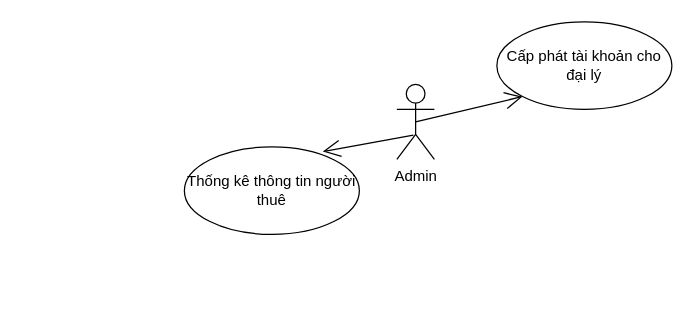
The draw.io diagram page "Page-4" (4 of 7) of use-case.drawio in xuanthangsn/bicycle-rental-service, before the edit. Source tidied: cells renumbered, new cells numbered last; positions are measured from the earlier drawing's top-left corner, leaving out a move shared by most shapes. Both pictures are drawn from the tidied source at 125%, with x=0, y=0 at pixel (184, 21).
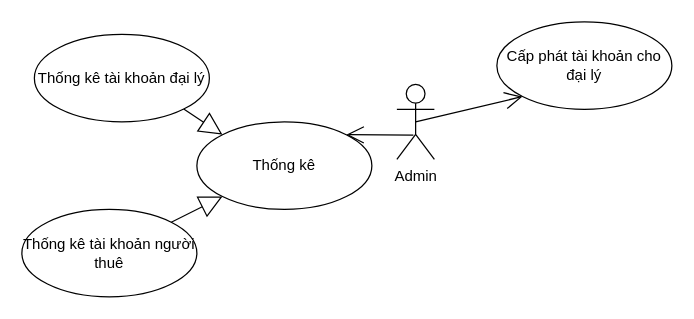
The same page after the edit.

What changed in the source:
```diff
@@
 <mxGraphModel>
   <root>
     <mxCell id="0" />
     <mxCell id="1" parent="0" />
     <mxCell id="2" value="Admin" style="shape=umlActor;verticalLabelPosition=bottom;verticalAlign=top;html=1;" parent="1" vertex="1">
       <mxGeometry x="170" y="50" width="30" height="60" as="geometry" />
     </mxCell>
     <mxCell id="3" style="endArrow=open;endFill=1;endSize=12;html=1;rounded=0;exitX=0.5;exitY=0.5;exitDx=0;exitDy=0;exitPerimeter=0;entryX=0;entryY=1;entryDx=0;entryDy=0;" parent="1" edge="1" source="2" target="4">
       <mxGeometry relative="1" as="geometry" />
     </mxCell>
     <mxCell id="4" value="Cấp phát tài khoản cho đại lý" style="ellipse;whiteSpace=wrap;html=1;" parent="1" vertex="1">
       <mxGeometry x="250" width="140" height="70" as="geometry" />
     </mxCell>
-    <mxCell id="5" style="endArrow=open;endFill=1;endSize=12;html=1;rounded=0;entryX=0.791;entryY=0.054;entryDx=0;entryDy=0;exitX=0.44;exitY=0.677;exitDx=0;exitDy=0;exitPerimeter=0;entryPerimeter=0;" parent="1" edge="1" source="2" target="6">
+    <mxCell id="5" style="endArrow=open;endFill=1;endSize=12;html=1;rounded=0;entryX=1;entryY=0;entryDx=0;entryDy=0;exitX=0.44;exitY=0.677;exitDx=0;exitDy=0;exitPerimeter=0;" parent="1" edge="1" source="2" target="6">
       <mxGeometry relative="1" as="geometry" />
     </mxCell>
-    <mxCell id="6" value="Thống kê thông tin người thuê" style="ellipse;whiteSpace=wrap;html=1;" parent="1" vertex="1">
-      <mxGeometry y="100" width="140" height="70" as="geometry" />
+    <mxCell id="6" value="Thống kê" style="ellipse;whiteSpace=wrap;html=1;" parent="1" vertex="1">
+      <mxGeometry x="10" y="80" width="140" height="70" as="geometry" />
     </mxCell>
+    <mxCell id="7" value="Thống kê tài khoản đại lý" style="ellipse;whiteSpace=wrap;html=1;" parent="1" vertex="1">
+      <mxGeometry x="-120" y="10" width="140" height="70" as="geometry" />
+    </mxCell>
+    <mxCell id="8" value="Thống kê tài khoản người thuê" style="ellipse;whiteSpace=wrap;html=1;" parent="1" vertex="1">
+      <mxGeometry x="-130" y="150" width="140" height="70" as="geometry" />
+    </mxCell>
+    <mxCell id="9" style="endArrow=block;endSize=16;endFill=0;html=1;rounded=0;exitX=1;exitY=1;exitDx=0;exitDy=0;entryX=0;entryY=0;entryDx=0;entryDy=0;" parent="1" edge="1" source="7" target="6">
+      <mxGeometry y="30" relative="1" as="geometry" />
+    </mxCell>
+    <mxCell id="10" style="endArrow=block;endSize=16;endFill=0;html=1;rounded=0;entryX=0;entryY=1;entryDx=0;entryDy=0;" parent="1" edge="1" source="8" target="6">
+      <mxGeometry y="30" relative="1" as="geometry" />
+    </mxCell>
   </root>
 </mxGraphModel>
```
